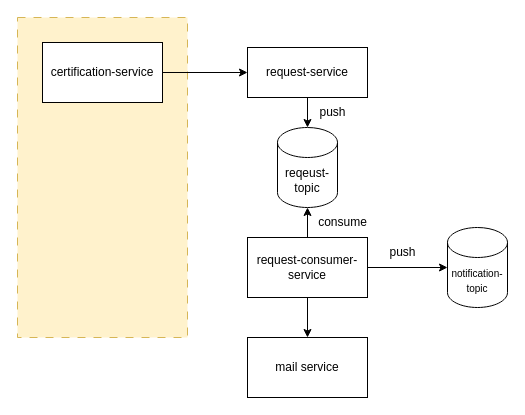
Earlier version of the draw.io diagram page "Simple block diagram" (1 of 2) of request.drawio (huangshijie/Drawio). Source tidied: cells renumbered, new cells numbered last; positions are measured from the earlier drawing's top-left corner, leaving out a move shared by most shapes. Both pictures are drawn from the tidied source at 100%, with x=0, y=0 at pixel (17, 17).
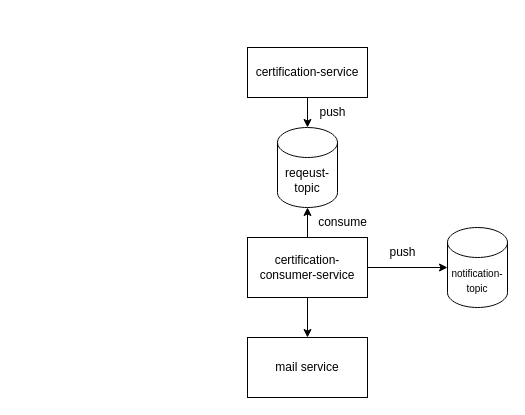
After the change.

What changed in the source:
```diff
@@
 <mxGraphModel>
   <root>
     <mxCell id="0" />
     <mxCell id="1" parent="0" />
     <mxCell id="2" style="edgeStyle=orthogonalEdgeStyle;rounded=0;jettySize=auto;html=1;entryX=0.5;entryY=0;entryDx=0;entryDy=0;entryPerimeter=0;" parent="1" edge="1" source="3" target="8">
       <mxGeometry relative="1" as="geometry" />
     </mxCell>
-    <mxCell id="3" value="request-service" style="rounded=0;whiteSpace=wrap;html=1;" parent="1" vertex="1">
+    <mxCell id="3" value="certification-service" style="rounded=0;whiteSpace=wrap;html=1;" parent="1" vertex="1">
       <mxGeometry x="230" y="30" width="120" height="50" as="geometry" />
     </mxCell>
     <mxCell id="4" style="edgeStyle=orthogonalEdgeStyle;rounded=0;jettySize=auto;html=1;entryX=0.5;entryY=1;entryDx=0;entryDy=0;entryPerimeter=0;" parent="1" edge="1" source="7" target="8">
       <mxGeometry relative="1" as="geometry" />
     </mxCell>
     <mxCell id="5" style="edgeStyle=orthogonalEdgeStyle;rounded=0;jettySize=auto;html=1;entryX=0;entryY=0.5;entryDx=0;entryDy=0;entryPerimeter=0;" parent="1" edge="1" source="7" target="14">
       <mxGeometry relative="1" as="geometry" />
     </mxCell>
     <mxCell id="6" style="edgeStyle=orthogonalEdgeStyle;rounded=0;jettySize=auto;html=1;entryX=0.5;entryY=0;entryDx=0;entryDy=0;" parent="1" edge="1" source="7" target="16">
       <mxGeometry relative="1" as="geometry" />
     </mxCell>
-    <mxCell id="7" value="request-consumer-service" style="rounded=0;whiteSpace=wrap;html=1;" parent="1" vertex="1">
+    <mxCell id="7" value="certification-consumer-service" style="rounded=0;whiteSpace=wrap;html=1;" parent="1" vertex="1">
       <mxGeometry x="230" y="220" width="120" height="60" as="geometry" />
     </mxCell>
     <mxCell id="8" value="reqeust-topic" style="shape=cylinder3;whiteSpace=wrap;html=1;boundedLbl=1;backgroundOutline=1;size=15;" parent="1" vertex="1">
       <mxGeometry x="260" y="110" width="60" height="80" as="geometry" />
     </mxCell>
     <mxCell id="9" value="push" style="text;html=1;align=center;verticalAlign=middle;strokeColor=none;fillColor=none;" parent="1" vertex="1">
       <mxGeometry x="290" y="80" width="50" height="30" as="geometry" />
     </mxCell>
     <mxCell id="10" value="consume" style="text;html=1;align=center;verticalAlign=middle;strokeColor=none;fillColor=none;" parent="1" vertex="1">
       <mxGeometry x="290" y="190" width="70" height="30" as="geometry" />
     </mxCell>
-    <mxCell id="11" style="rounded=0;whiteSpace=wrap;html=1;dashed=1;dashPattern=8 8;fillColor=#fff2cc;strokeColor=#d6b656;" parent="1" vertex="1">
-      <mxGeometry width="170" height="320" as="geometry" />
-    </mxCell>
-    <mxCell id="12" style="edgeStyle=orthogonalEdgeStyle;rounded=0;jettySize=auto;html=1;entryX=0;entryY=0.5;entryDx=0;entryDy=0;" parent="1" edge="1" source="13" target="3">
-      <mxGeometry relative="1" as="geometry" />
-    </mxCell>
-    <mxCell id="13" value="certification-service" style="rounded=0;whiteSpace=wrap;html=1;" parent="1" vertex="1">
-      <mxGeometry x="25" y="25" width="120" height="60" as="geometry" />
-    </mxCell>
     <mxCell id="14" value="&lt;font style=&quot;font-size: 10px;&quot;&gt;notification-topic&lt;/font&gt;" style="shape=cylinder3;whiteSpace=wrap;html=1;boundedLbl=1;backgroundOutline=1;size=15;" parent="1" vertex="1">
       <mxGeometry x="430" y="210" width="60" height="80" as="geometry" />
     </mxCell>
     <mxCell id="15" value="push" style="text;html=1;align=center;verticalAlign=middle;strokeColor=none;fillColor=none;" parent="1" vertex="1">
       <mxGeometry x="360" y="220" width="50" height="30" as="geometry" />
     </mxCell>
     <mxCell id="16" value="mail service" style="rounded=0;whiteSpace=wrap;html=1;" parent="1" vertex="1">
       <mxGeometry x="230" y="320" width="120" height="60" as="geometry" />
     </mxCell>
   </root>
 </mxGraphModel>
```
